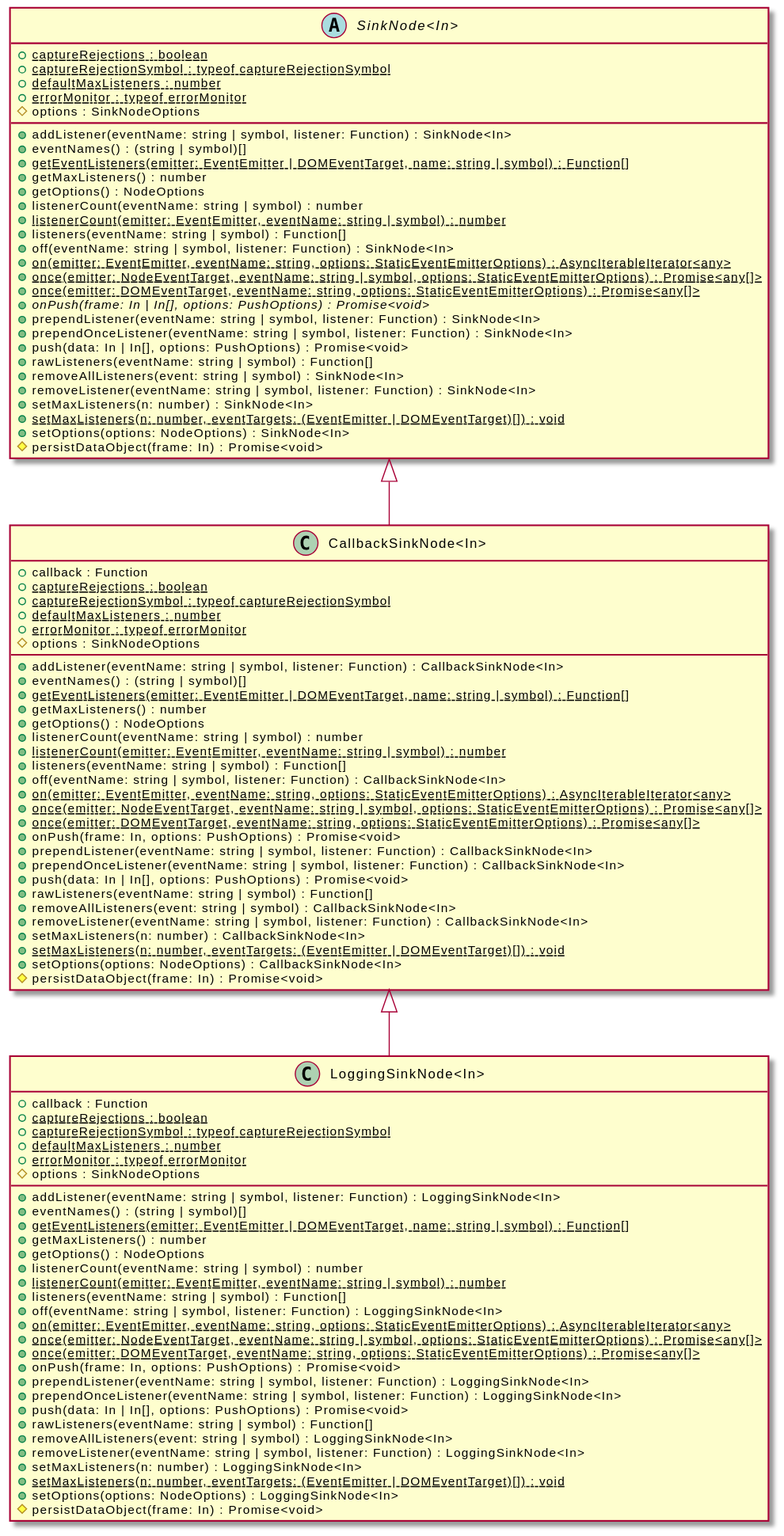
The PlantUML diagram assets/CallbackSinkNode-umlClassDiagram-12280.svg in OpenHPS/openhps-core, before a commit.
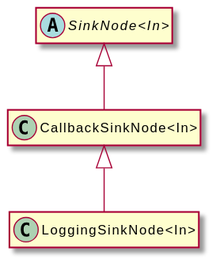
The same file after the commit.

Diff of the diagram source:
```diff
@@ -3,97 +3,11 @@
 hide empty methods
 hide empty fields
 class "CallbackSinkNode<In>" {
-    +callback : Function
-    {static} +captureRejections : boolean
-    {static} +captureRejectionSymbol : typeof captureRejectionSymbol
-    {static} +defaultMaxListeners : number
-    {static} +errorMonitor : typeof errorMonitor
-    #options : SinkNodeOptions
-    +addListener(eventName: string | symbol, listener: Function) : CallbackSinkNode<In>
-    +eventNames() : (string | symbol)[]
-    {static} +getEventListeners(emitter: EventEmitter | DOMEventTarget, name: string | symbol) : Function[]
-    +getMaxListeners() : number
-    +getOptions() : NodeOptions
-    +listenerCount(eventName: string | symbol) : number
-    {static} +listenerCount(emitter: EventEmitter, eventName: string | symbol) : number
-    +listeners(eventName: string | symbol) : Function[]
-    +off(eventName: string | symbol, listener: Function) : CallbackSinkNode<In>
-    {static} +on(emitter: EventEmitter, eventName: string, options: StaticEventEmitterOptions) : AsyncIterableIterator<any>
-    {static} +once(emitter: NodeEventTarget, eventName: string | symbol, options: StaticEventEmitterOptions) : Promise<any[]>
-    {static} +once(emitter: DOMEventTarget, eventName: string, options: StaticEventEmitterOptions) : Promise<any[]>
-    +onPush(frame: In, options: PushOptions) : Promise<void>
-    +prependListener(eventName: string | symbol, listener: Function) : CallbackSinkNode<In>
-    +prependOnceListener(eventName: string | symbol, listener: Function) : CallbackSinkNode<In>
-    +push(data: In | In[], options: PushOptions) : Promise<void>
-    +rawListeners(eventName: string | symbol) : Function[]
-    +removeAllListeners(event: string | symbol) : CallbackSinkNode<In>
-    +removeListener(eventName: string | symbol, listener: Function) : CallbackSinkNode<In>
-    +setMaxListeners(n: number) : CallbackSinkNode<In>
-    {static} +setMaxListeners(n: number, eventTargets: (EventEmitter | DOMEventTarget)[]) : void
-    +setOptions(options: NodeOptions) : CallbackSinkNode<In>
-    #persistDataObject(frame: In) : Promise<void>
 }
 abstract class "SinkNode<In>" {
-    {static} +captureRejections : boolean
-    {static} +captureRejectionSymbol : typeof captureRejectionSymbol
-    {static} +defaultMaxListeners : number
-    {static} +errorMonitor : typeof errorMonitor
-    #options : SinkNodeOptions
-    +addListener(eventName: string | symbol, listener: Function) : SinkNode<In>
-    +eventNames() : (string | symbol)[]
-    {static} +getEventListeners(emitter: EventEmitter | DOMEventTarget, name: string | symbol) : Function[]
-    +getMaxListeners() : number
-    +getOptions() : NodeOptions
-    +listenerCount(eventName: string | symbol) : number
-    {static} +listenerCount(emitter: EventEmitter, eventName: string | symbol) : number
-    +listeners(eventName: string | symbol) : Function[]
-    +off(eventName: string | symbol, listener: Function) : SinkNode<In>
-    {static} +on(emitter: EventEmitter, eventName: string, options: StaticEventEmitterOptions) : AsyncIterableIterator<any>
-    {static} +once(emitter: NodeEventTarget, eventName: string | symbol, options: StaticEventEmitterOptions) : Promise<any[]>
-    {static} +once(emitter: DOMEventTarget, eventName: string, options: StaticEventEmitterOptions) : Promise<any[]>
-    {abstract} +onPush(frame: In | In[], options: PushOptions) : Promise<void>
-    +prependListener(eventName: string | symbol, listener: Function) : SinkNode<In>
-    +prependOnceListener(eventName: string | symbol, listener: Function) : SinkNode<In>
-    +push(data: In | In[], options: PushOptions) : Promise<void>
-    +rawListeners(eventName: string | symbol) : Function[]
-    +removeAllListeners(event: string | symbol) : SinkNode<In>
-    +removeListener(eventName: string | symbol, listener: Function) : SinkNode<In>
-    +setMaxListeners(n: number) : SinkNode<In>
-    {static} +setMaxListeners(n: number, eventTargets: (EventEmitter | DOMEventTarget)[]) : void
-    +setOptions(options: NodeOptions) : SinkNode<In>
-    #persistDataObject(frame: In) : Promise<void>
 }
 "SinkNode<In>" <|-- "CallbackSinkNode<In>"
 class "LoggingSinkNode<In>" {
-    +callback : Function
-    {static} +captureRejections : boolean
-    {static} +captureRejectionSymbol : typeof captureRejectionSymbol
-    {static} +defaultMaxListeners : number
-    {static} +errorMonitor : typeof errorMonitor
-    #options : SinkNodeOptions
-    +addListener(eventName: string | symbol, listener: Function) : LoggingSinkNode<In>
-    +eventNames() : (string | symbol)[]
-    {static} +getEventListeners(emitter: EventEmitter | DOMEventTarget, name: string | symbol) : Function[]
-    +getMaxListeners() : number
-    +getOptions() : NodeOptions
-    +listenerCount(eventName: string | symbol) : number
-    {static} +listenerCount(emitter: EventEmitter, eventName: string | symbol) : number
-    +listeners(eventName: string | symbol) : Function[]
-    +off(eventName: string | symbol, listener: Function) : LoggingSinkNode<In>
-    {static} +on(emitter: EventEmitter, eventName: string, options: StaticEventEmitterOptions) : AsyncIterableIterator<any>
-    {static} +once(emitter: NodeEventTarget, eventName: string | symbol, options: StaticEventEmitterOptions) : Promise<any[]>
-    {static} +once(emitter: DOMEventTarget, eventName: string, options: StaticEventEmitterOptions) : Promise<any[]>
-    +onPush(frame: In, options: PushOptions) : Promise<void>
-    +prependListener(eventName: string | symbol, listener: Function) : LoggingSinkNode<In>
-    +prependOnceListener(eventName: string | symbol, listener: Function) : LoggingSinkNode<In>
-    +push(data: In | In[], options: PushOptions) : Promise<void>
-    +rawListeners(eventName: string | symbol) : Function[]
-    +removeAllListeners(event: string | symbol) : LoggingSinkNode<In>
-    +removeListener(eventName: string | symbol, listener: Function) : LoggingSinkNode<In>
-    +setMaxListeners(n: number) : LoggingSinkNode<In>
-    {static} +setMaxListeners(n: number, eventTargets: (EventEmitter | DOMEventTarget)[]) : void
-    +setOptions(options: NodeOptions) : LoggingSinkNode<In>
-    #persistDataObject(frame: In) : Promise<void>
 }
 "CallbackSinkNode<In>" <|-- "LoggingSinkNode<In>"
 @enduml
```
